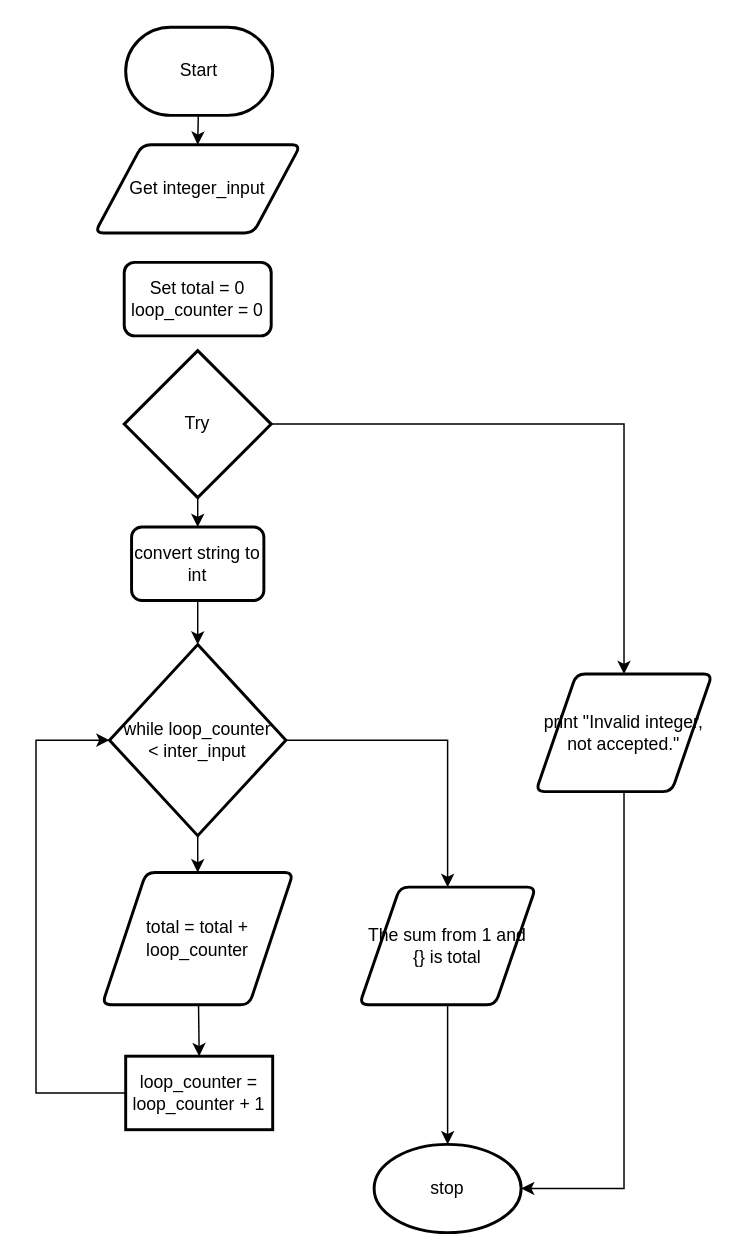
Before: Draw.io/Flowchart.drawio in Peter-Gemmell/ICS3U-Unit4-01-Python, a draw.io diagram. Source tidied: cells renumbered, new cells numbered last; positions are measured from the earlier drawing's top-left corner, leaving out a move shared by most shapes. Both pictures are drawn from the tidied source at 147%, with x=0, y=0 at pixel (35, 26).
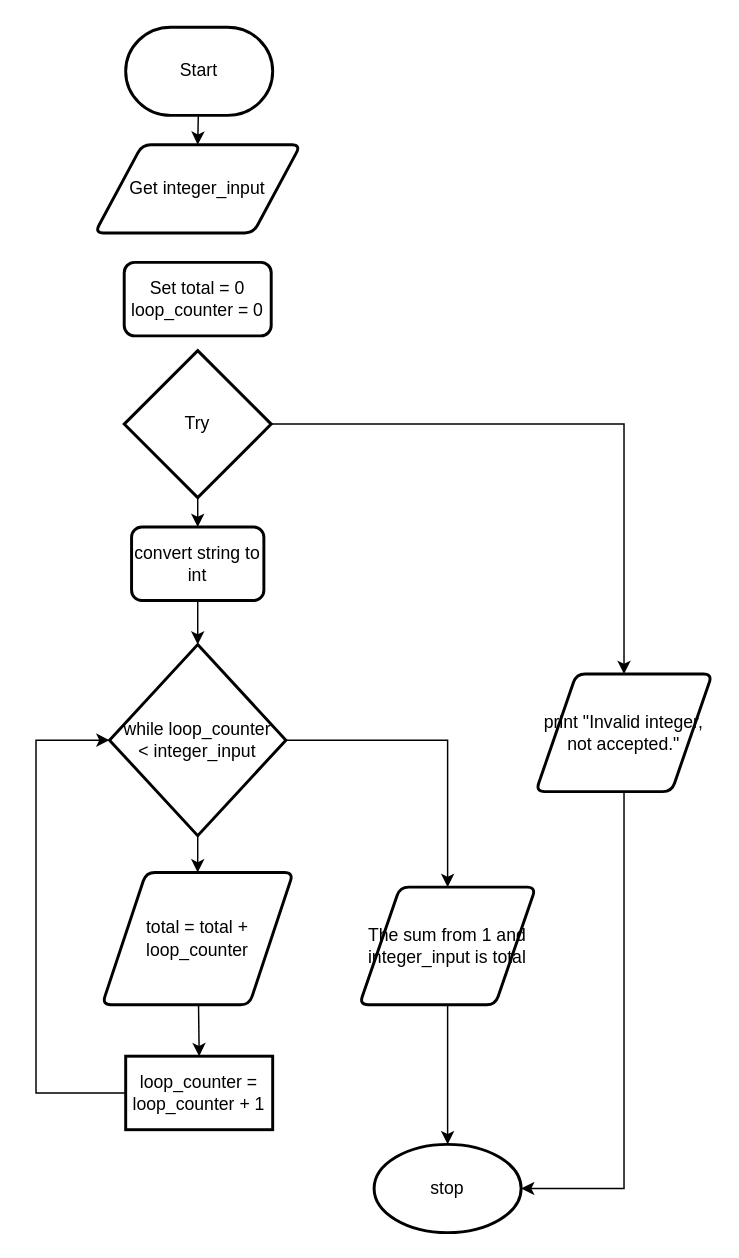
The same page after the edit.

What changed in the source:
```diff
@@
-    <mxCell id="7" value="while loop_counter &lt;br&gt;&amp;lt; inter_input" style="strokeWidth=2;html=1;shape=mxgraph.flowchart.decision;whiteSpace=wrap;" parent="1" vertex="1">
+    <mxCell id="7" value="while loop_counter &lt;br&gt;&amp;lt; integer_input" style="strokeWidth=2;html=1;shape=mxgraph.flowchart.decision;whiteSpace=wrap;" parent="1" vertex="1">
       <mxGeometry x="50" y="420" width="120" height="130" as="geometry" />
     </mxCell>
@@
-    <mxCell id="21" value="The sum from 1 and {} is total" style="shape=parallelogram;html=1;strokeWidth=2;perimeter=parallelogramPerimeter;whiteSpace=wrap;rounded=1;arcSize=12;size=0.23;" parent="1" vertex="1">
+    <mxCell id="21" value="The sum from 1 and integer_input is total" style="shape=parallelogram;html=1;strokeWidth=2;perimeter=parallelogramPerimeter;whiteSpace=wrap;rounded=1;arcSize=12;size=0.23;" parent="1" vertex="1">
       <mxGeometry x="220" y="585" width="120" height="80" as="geometry" />
     </mxCell>
```
